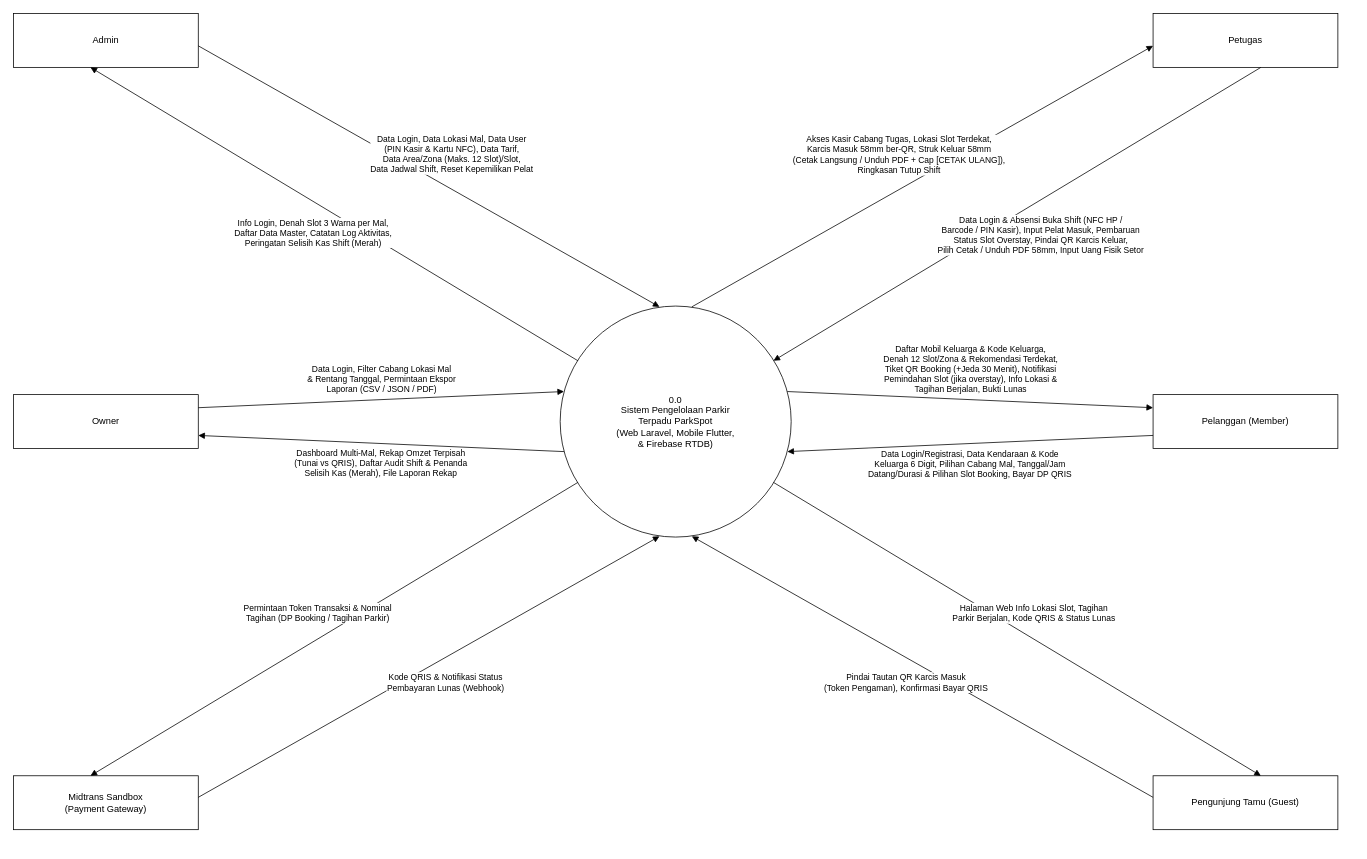
Humiiu/parkspot keeps this draw.io diagram as diagram/revisi/Diagram ParkSpot UKK-DFD LEVEL 0 (Revisi).drawio. Above is the earlier version. Source tidied: cells renumbered, new cells numbered last; positions are measured from the earlier drawing's top-left corner, leaving out a move shared by most shapes. Both pictures are drawn from the tidied source at 77%, with x=0, y=0 at pixel (13, 13).
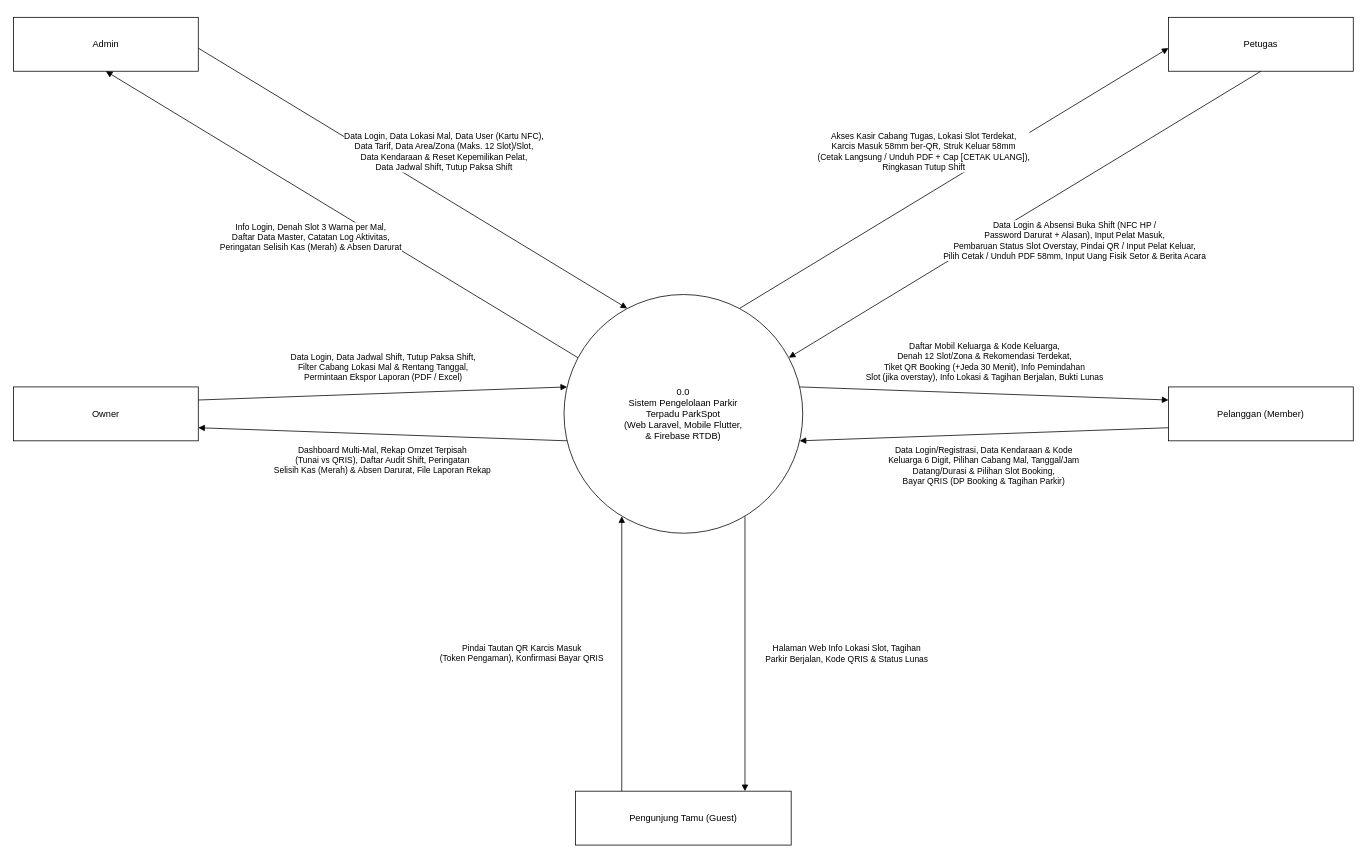
Above is the later version.

Commit message (it also covers changes not shown here):
revisi dfd level 0 5 entitas opsi b sama tambah drawio crud area slot

Change to the diagram source:
```diff
@@
-    <mxCell id="2" value="0.0&lt;br&gt;Sistem Pengelolaan Parkir&lt;br&gt;Terpadu ParkSpot&lt;br&gt;(Web Laravel, Mobile Flutter,&lt;br&gt;&amp;amp; Firebase RTDB)" style="ellipse;whiteSpace=wrap;html=1;" parent="1" vertex="1">
-      <mxGeometry x="710" y="380" width="300" height="300" as="geometry" />
+    <mxCell id="2" value="0.0&lt;br&gt;Sistem Pengelolaan Parkir&lt;br&gt;Terpadu ParkSpot&lt;br&gt;(Web Laravel, Mobile Flutter,&lt;br&gt;&amp; Firebase RTDB)" style="ellipse;whiteSpace=wrap;html=1;" parent="1" vertex="1">
+      <mxGeometry x="715" y="365" width="310" height="310" as="geometry" />
     </mxCell>
     <mxCell id="3" value="Admin" style="rounded=0;whiteSpace=wrap;html=1;" parent="1" vertex="1">
-      <mxGeometry width="240" height="70" as="geometry" />
+      <mxGeometry y="5" width="240" height="70" as="geometry" />
     </mxCell>
     <mxCell id="4" value="Petugas" style="rounded=0;whiteSpace=wrap;html=1;" parent="1" vertex="1">
-      <mxGeometry x="1480" width="240" height="70" as="geometry" />
+      <mxGeometry x="1500" y="5" width="240" height="70" as="geometry" />
     </mxCell>
     <mxCell id="5" value="Owner" style="rounded=0;whiteSpace=wrap;html=1;" parent="1" vertex="1">
-      <mxGeometry y="495" width="240" height="70" as="geometry" />
+      <mxGeometry y="485" width="240" height="70" as="geometry" />
     </mxCell>
     <mxCell id="6" value="Pelanggan (Member)" style="rounded=0;whiteSpace=wrap;html=1;" parent="1" vertex="1">
-      <mxGeometry x="1480" y="495" width="240" height="70" as="geometry" />
+      <mxGeometry x="1500" y="485" width="240" height="70" as="geometry" />
     </mxCell>
-    <mxCell id="7" value="Midtrans Sandbox&lt;br&gt;(Payment Gateway)" style="rounded=0;whiteSpace=wrap;html=1;" parent="1" vertex="1">
-      <mxGeometry y="990" width="240" height="70" as="geometry" />
-    </mxCell>
     <mxCell id="8" value="Pengunjung Tamu (Guest)" style="rounded=0;whiteSpace=wrap;html=1;" parent="1" vertex="1">
-      <mxGeometry x="1480" y="990" width="240" height="70" as="geometry" />
+      <mxGeometry x="730" y="1010" width="280" height="70" as="geometry" />
     </mxCell>
-    <mxCell id="9" value="Data Login, Data Lokasi Mal, Data User&lt;br&gt;(PIN Kasir &amp;amp; Kartu NFC), Data Tarif,&lt;br&gt;Data Area/Zona (Maks. 12 Slot)/Slot,&lt;br&gt;Data Jadwal Shift, Reset Kepemilikan Pelat" style="html=1;endArrow=block;rounded=0;labelBackgroundColor=default;" parent="1" edge="1">
+    <mxCell id="9" value="Data Login, Data Lokasi Mal, Data User (Kartu NFC),&lt;br&gt;Data Tarif, Data Area/Zona (Maks. 12 Slot)/Slot,&lt;br&gt;Data Kendaraan &amp; Reset Kepemilikan Pelat,&lt;br&gt;Data Jadwal Shift, Tutup Paksa Shift" style="html=1;endArrow=block;rounded=0;labelBackgroundColor=default;" parent="1" edge="1">
       <mxGeometry relative="1" as="geometry">
-        <mxPoint x="240" y="42" as="sourcePoint" />
-        <mxPoint x="839" y="381" as="targetPoint" />
-        <mxPoint x="30" y="-28" as="offset" />
+        <mxPoint x="240" y="45" as="sourcePoint" />
+        <mxPoint x="797" y="383" as="targetPoint" />
+        <mxPoint x="40" y="-34" as="offset" />
       </mxGeometry>
     </mxCell>
-    <mxCell id="10" value="Info Login, Denah Slot 3 Warna per Mal,&lt;br&gt;Daftar Data Master, Catatan Log Aktivitas,&lt;br&gt;Peringatan Selisih Kas Shift (Merah)" style="html=1;endArrow=block;rounded=0;labelBackgroundColor=default;" parent="1" edge="1">
+    <mxCell id="10" value="Info Login, Denah Slot 3 Warna per Mal,&lt;br&gt;Daftar Data Master, Catatan Log Aktivitas,&lt;br&gt;Peringatan Selisih Kas (Merah) &amp; Absen Darurat" style="html=1;endArrow=block;rounded=0;labelBackgroundColor=default;" parent="1" edge="1">
       <mxGeometry relative="1" as="geometry">
-        <mxPoint x="733" y="451" as="sourcePoint" />
-        <mxPoint x="100" y="70" as="targetPoint" />
-        <mxPoint x="-28" y="24" as="offset" />
+        <mxPoint x="733" y="447" as="sourcePoint" />
+        <mxPoint x="120" y="75" as="targetPoint" />
+        <mxPoint x="-40" y="30" as="offset" />
       </mxGeometry>
     </mxCell>
-    <mxCell id="11" value="Data Login &amp;amp; Absensi Buka Shift (NFC HP /&lt;br&gt;Barcode / PIN Kasir), Input Pelat Masuk, Pembaruan&lt;br&gt;Status Slot Overstay, Pindai QR Karcis Keluar,&lt;br&gt;Pilih Cetak / Unduh PDF 58mm, Input Uang Fisik Setor" style="html=1;endArrow=block;rounded=0;labelBackgroundColor=default;" parent="1" edge="1">
+    <mxCell id="11" value="Data Login &amp; Absensi Buka Shift (NFC HP /&lt;br&gt;Password Darurat + Alasan), Input Pelat Masuk,&lt;br&gt;Pembaruan Status Slot Overstay, Pindai QR / Input Pelat Keluar,&lt;br&gt;Pilih Cetak / Unduh PDF 58mm, Input Uang Fisik Setor &amp; Berita Acara" style="html=1;endArrow=block;rounded=0;labelBackgroundColor=default;" parent="1" edge="1">
       <mxGeometry relative="1" as="geometry">
-        <mxPoint x="1620" y="70" as="sourcePoint" />
-        <mxPoint x="987" y="451" as="targetPoint" />
-        <mxPoint x="30" y="28" as="offset" />
+        <mxPoint x="1620" y="75" as="sourcePoint" />
+        <mxPoint x="1007" y="447" as="targetPoint" />
+        <mxPoint x="65" y="34" as="offset" />
       </mxGeometry>
     </mxCell>
     <mxCell id="12" value="Akses Kasir Cabang Tugas, Lokasi Slot Terdekat,&lt;br&gt;Karcis Masuk 58mm ber-QR, Struk Keluar 58mm&lt;br&gt;(Cetak Langsung / Unduh PDF + Cap [CETAK ULANG]),&lt;br&gt;Ringkasan Tutup Shift" style="html=1;endArrow=block;rounded=0;labelBackgroundColor=default;" parent="1" edge="1">
       <mxGeometry relative="1" as="geometry">
-        <mxPoint x="881" y="381" as="sourcePoint" />
-        <mxPoint x="1480" y="42" as="targetPoint" />
-        <mxPoint x="-30" y="-28" as="offset" />
+        <mxPoint x="943" y="383" as="sourcePoint" />
+        <mxPoint x="1500" y="45" as="targetPoint" />
+        <mxPoint x="-40" y="-34" as="offset" />
       </mxGeometry>
     </mxCell>
-    <mxCell id="13" value="Data Login, Filter Cabang Lokasi Mal&lt;br&gt;&amp;amp; Rentang Tanggal, Permintaan Ekspor&lt;br&gt;Laporan (CSV / JSON / PDF)" style="html=1;endArrow=block;rounded=0;labelBackgroundColor=default;" parent="1" edge="1">
+    <mxCell id="13" value="Data Login, Data Jadwal Shift, Tutup Paksa Shift,&lt;br&gt;Filter Cabang Lokasi Mal &amp; Rentang Tanggal,&lt;br&gt;Permintaan Ekspor Laporan (PDF / Excel)" style="html=1;endArrow=block;rounded=0;labelBackgroundColor=default;" parent="1" edge="1">
       <mxGeometry relative="1" as="geometry">
-        <mxPoint x="240" y="512" as="sourcePoint" />
-        <mxPoint x="715" y="491" as="targetPoint" />
-        <mxPoint y="-26" as="offset" />
+        <mxPoint x="240" y="502" as="sourcePoint" />
+        <mxPoint x="719" y="485" as="targetPoint" />
+        <mxPoint y="-34" as="offset" />
       </mxGeometry>
     </mxCell>
-    <mxCell id="14" value="Dashboard Multi-Mal, Rekap Omzet Terpisah&lt;br&gt;(Tunai vs QRIS), Daftar Audit Shift &amp;amp; Penanda&lt;br&gt;Selisih Kas (Merah), File Laporan Rekap" style="html=1;endArrow=block;rounded=0;labelBackgroundColor=default;" parent="1" edge="1">
+    <mxCell id="14" value="Dashboard Multi-Mal, Rekap Omzet Terpisah&lt;br&gt;(Tunai vs QRIS), Daftar Audit Shift, Peringatan&lt;br&gt;Selisih Kas (Merah) &amp; Absen Darurat, File Laporan Rekap" style="html=1;endArrow=block;rounded=0;labelBackgroundColor=default;" parent="1" edge="1">
       <mxGeometry relative="1" as="geometry">
-        <mxPoint x="715" y="569" as="sourcePoint" />
-        <mxPoint x="240" y="548" as="targetPoint" />
-        <mxPoint y="26" as="offset" />
+        <mxPoint x="719" y="555" as="sourcePoint" />
+        <mxPoint x="240" y="538" as="targetPoint" />
+        <mxPoint y="34" as="offset" />
       </mxGeometry>
     </mxCell>
-    <mxCell id="15" value="Data Login/Registrasi, Data Kendaraan &amp;amp; Kode&lt;br&gt;Keluarga 6 Digit, Pilihan Cabang Mal, Tanggal/Jam&lt;br&gt;Datang/Durasi &amp;amp; Pilihan Slot Booking, Bayar DP QRIS" style="html=1;endArrow=block;rounded=0;labelBackgroundColor=default;" parent="1" edge="1">
+    <mxCell id="15" value="Data Login/Registrasi, Data Kendaraan &amp; Kode&lt;br&gt;Keluarga 6 Digit, Pilihan Cabang Mal, Tanggal/Jam&lt;br&gt;Datang/Durasi &amp; Pilihan Slot Booking,&lt;br&gt;Bayar QRIS (DP Booking &amp; Tagihan Parkir)" style="html=1;endArrow=block;rounded=0;labelBackgroundColor=default;" parent="1" edge="1">
       <mxGeometry relative="1" as="geometry">
-        <mxPoint x="1480" y="548" as="sourcePoint" />
-        <mxPoint x="1005" y="569" as="targetPoint" />
-        <mxPoint y="26" as="offset" />
+        <mxPoint x="1500" y="538" as="sourcePoint" />
+        <mxPoint x="1021" y="555" as="targetPoint" />
+        <mxPoint y="40" as="offset" />
       </mxGeometry>
     </mxCell>
-    <mxCell id="16" value="Daftar Mobil Keluarga &amp;amp; Kode Keluarga,&lt;br&gt;Denah 12 Slot/Zona &amp;amp; Rekomendasi Terdekat,&lt;br&gt;Tiket QR Booking (+Jeda 30 Menit), Notifikasi&lt;br&gt;Pemindahan Slot (jika overstay), Info Lokasi &amp;amp;&lt;br&gt;Tagihan Berjalan, Bukti Lunas" style="html=1;endArrow=block;rounded=0;labelBackgroundColor=default;" parent="1" edge="1">
+    <mxCell id="16" value="Daftar Mobil Keluarga &amp; Kode Keluarga,&lt;br&gt;Denah 12 Slot/Zona &amp; Rekomendasi Terdekat,&lt;br&gt;Tiket QR Booking (+Jeda 30 Menit), Info Pemindahan&lt;br&gt;Slot (jika overstay), Info Lokasi &amp; Tagihan Berjalan, Bukti Lunas" style="html=1;endArrow=block;rounded=0;labelBackgroundColor=default;" parent="1" edge="1">
       <mxGeometry relative="1" as="geometry">
-        <mxPoint x="1005" y="491" as="sourcePoint" />
-        <mxPoint x="1480" y="512" as="targetPoint" />
-        <mxPoint y="-40" as="offset" />
+        <mxPoint x="1021" y="485" as="sourcePoint" />
+        <mxPoint x="1500" y="502" as="targetPoint" />
+        <mxPoint y="-42" as="offset" />
       </mxGeometry>
     </mxCell>
-    <mxCell id="17" value="Permintaan Token Transaksi &amp;amp; Nominal&lt;br&gt;Tagihan (DP Booking / Tagihan Parkir)" style="html=1;endArrow=block;rounded=0;labelBackgroundColor=default;" parent="1" edge="1">
-      <mxGeometry relative="1" as="geometry">
-        <mxPoint x="733" y="609" as="sourcePoint" />
-        <mxPoint x="100" y="990" as="targetPoint" />
-        <mxPoint x="-22" y="-20" as="offset" />
-      </mxGeometry>
-    </mxCell>
-    <mxCell id="18" value="Kode QRIS &amp;amp; Notifikasi Status&lt;br&gt;Pembayaran Lunas (Webhook)" style="html=1;endArrow=block;rounded=0;labelBackgroundColor=default;" parent="1" edge="1">
-      <mxGeometry relative="1" as="geometry">
-        <mxPoint x="240" y="1018" as="sourcePoint" />
-        <mxPoint x="839" y="679" as="targetPoint" />
-        <mxPoint x="22" y="20" as="offset" />
-      </mxGeometry>
-    </mxCell>
     <mxCell id="19" value="Pindai Tautan QR Karcis Masuk&lt;br&gt;(Token Pengaman), Konfirmasi Bayar QRIS" style="html=1;endArrow=block;rounded=0;labelBackgroundColor=default;" parent="1" edge="1">
       <mxGeometry relative="1" as="geometry">
-        <mxPoint x="1480" y="1018" as="sourcePoint" />
-        <mxPoint x="881" y="679" as="targetPoint" />
-        <mxPoint x="-22" y="20" as="offset" />
+        <mxPoint x="790" y="1010" as="sourcePoint" />
+        <mxPoint x="790" y="653" as="targetPoint" />
+        <mxPoint x="-130" as="offset" />
       </mxGeometry>
     </mxCell>
-    <mxCell id="20" value="Halaman Web Info Lokasi Slot, Tagihan&lt;br&gt;Parkir Berjalan, Kode QRIS &amp;amp; Status Lunas" style="html=1;endArrow=block;rounded=0;labelBackgroundColor=default;" parent="1" edge="1">
+    <mxCell id="20" value="Halaman Web Info Lokasi Slot, Tagihan&lt;br&gt;Parkir Berjalan, Kode QRIS &amp; Status Lunas" style="html=1;endArrow=block;rounded=0;labelBackgroundColor=default;" parent="1" edge="1">
       <mxGeometry relative="1" as="geometry">
-        <mxPoint x="987" y="609" as="sourcePoint" />
-        <mxPoint x="1620" y="990" as="targetPoint" />
-        <mxPoint x="22" y="-20" as="offset" />
+        <mxPoint x="950" y="653" as="sourcePoint" />
+        <mxPoint x="950" y="1010" as="targetPoint" />
+        <mxPoint x="132" as="offset" />
       </mxGeometry>
     </mxCell>
```
